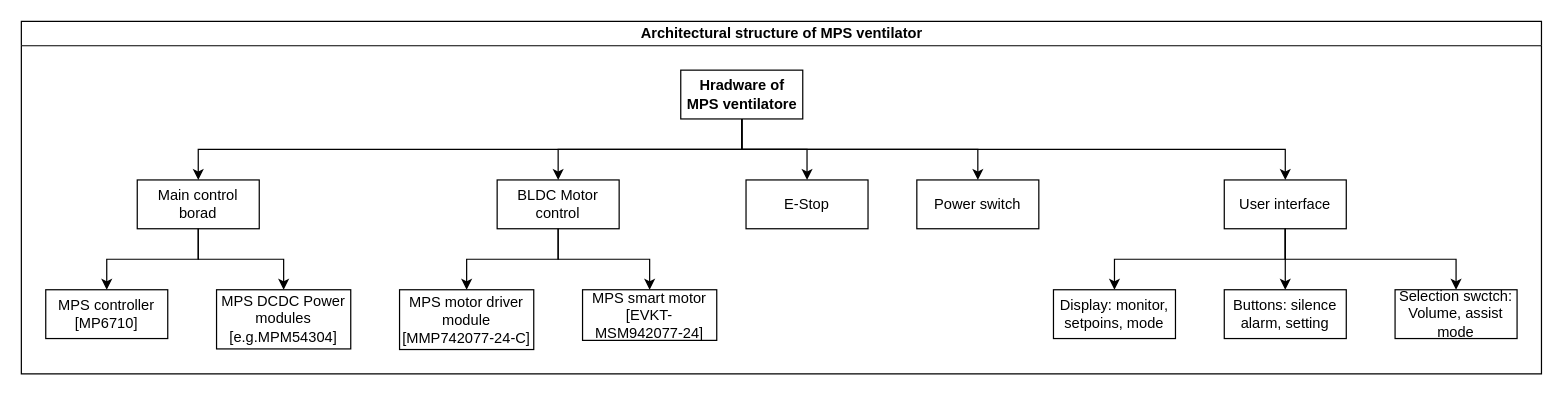
Above: Architecture of mechanical structural model.drawio in amerezoji1362/drawio-github (draw.io), before the change. Source tidied: cells renumbered, new cells numbered last; positions are measured from the earlier drawing's top-left corner, leaving out a move shared by most shapes. Both pictures are drawn from the tidied source at 122%, with x=0, y=0 at pixel (21, 21).
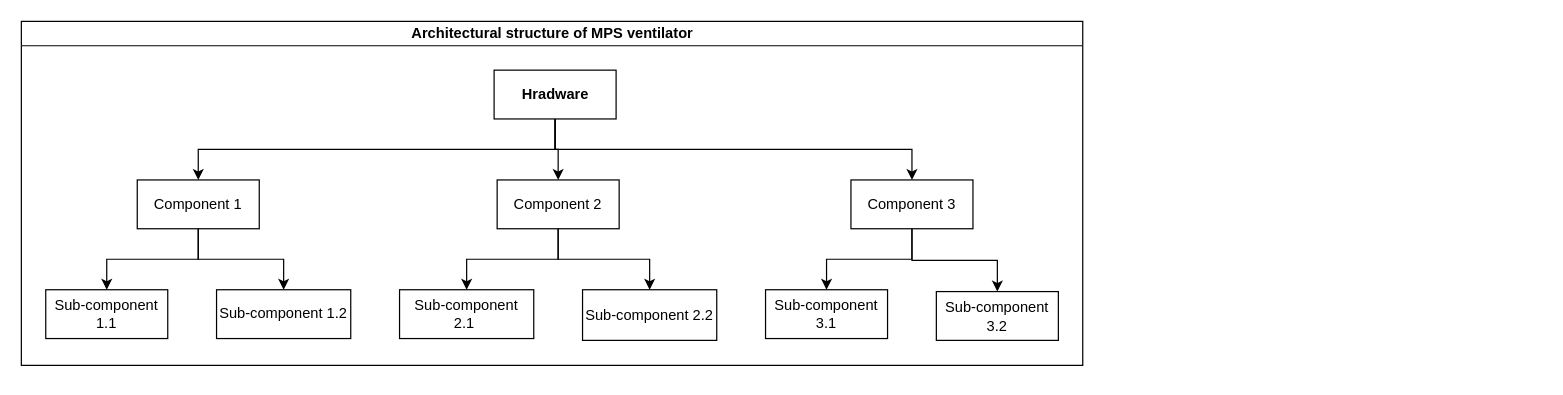
After the change.

The edit, as a diff of the source:
```diff
@@
     <mxCell id="2" value="Architectural structure of MPS ventilator" style="swimlane;html=1;startSize=20;horizontal=1;horizontalTree=0;containerType=tree;" parent="1" vertex="1">
-      <mxGeometry width="1246" height="289" as="geometry" />
+      <mxGeometry width="870" height="282" as="geometry" />
     </mxCell>
-    <mxCell id="3" value="&lt;b&gt;Hradware of MPS ventilatore&lt;/b&gt;" style="whiteSpace=wrap;html=1;" parent="2" vertex="1">
-      <mxGeometry x="540.5" y="40" width="100" height="40" as="geometry" />
+    <mxCell id="3" value="&lt;b&gt;Hradware&lt;/b&gt;" style="whiteSpace=wrap;html=1;" parent="2" vertex="1">
+      <mxGeometry x="387.5" y="40" width="100" height="40" as="geometry" />
     </mxCell>
-    <mxCell id="4" value="Main control borad " style="whiteSpace=wrap;html=1;" parent="2" vertex="1">
+    <mxCell id="4" value="Component 1" style="whiteSpace=wrap;html=1;" parent="2" vertex="1">
       <mxGeometry x="95" y="130" width="100" height="40" as="geometry" />
     </mxCell>
@@
-    <mxCell id="6" value="BLDC Motor control" style="whiteSpace=wrap;html=1;" parent="2" vertex="1">
+    <mxCell id="6" value="Component 2" style="whiteSpace=wrap;html=1;" parent="2" vertex="1">
       <mxGeometry x="390" y="130" width="100" height="40" as="geometry" />
     </mxCell>
@@
-    <mxCell id="9" value="MPS controller [MP6710]" style="whiteSpace=wrap;html=1;" parent="2" vertex="1">
+    <mxCell id="9" value="Sub-component 1.1 " style="whiteSpace=wrap;html=1;" parent="2" vertex="1">
       <mxGeometry x="20" y="220" width="100" height="40" as="geometry" />
     </mxCell>
@@
-    <mxCell id="11" value="MPS DCDC Power modules [e.g.MPM54304]" style="whiteSpace=wrap;html=1;" parent="2" vertex="1">
-      <mxGeometry x="160" y="220" width="110" height="48.5" as="geometry" />
+    <mxCell id="11" value="Sub-component 1.2 " style="whiteSpace=wrap;html=1;" parent="2" vertex="1">
+      <mxGeometry x="160" y="220" width="110" height="40" as="geometry" />
     </mxCell>
@@
-    <mxCell id="13" value="MPS motor driver module [MMP742077-24-C]" style="whiteSpace=wrap;html=1;" parent="2" vertex="1">
-      <mxGeometry x="310" y="220" width="110" height="49" as="geometry" />
+    <mxCell id="13" value="Sub-component 2.1&amp;nbsp; " style="whiteSpace=wrap;html=1;" parent="2" vertex="1">
+      <mxGeometry x="310" y="220" width="110" height="40" as="geometry" />
     </mxCell>
@@
-    <mxCell id="15" value="MPS smart motor [EVKT-MSM942077-24] " style="whiteSpace=wrap;html=1;" parent="2" vertex="1">
+    <mxCell id="15" value="Sub-component 2.2" style="whiteSpace=wrap;html=1;" parent="2" vertex="1">
       <mxGeometry x="460" y="220" width="110" height="41.5" as="geometry" />
     </mxCell>
-    <mxCell id="16" style="edgeStyle=elbowEdgeStyle;elbow=vertical;html=1;rounded=0;" parent="2" edge="1" source="3" target="17">
-      <mxGeometry relative="1" as="geometry" />
-    </mxCell>
-    <mxCell id="17" value="E-Stop" style="whiteSpace=wrap;html=1;" parent="2" vertex="1">
-      <mxGeometry x="594" y="130" width="100" height="40" as="geometry" />
-    </mxCell>
-    <mxCell id="18" style="edgeStyle=elbowEdgeStyle;elbow=vertical;html=1;rounded=0;" parent="2" edge="1" source="3" target="19">
-      <mxGeometry relative="1" as="geometry" />
-    </mxCell>
-    <mxCell id="19" value="Power switch" style="whiteSpace=wrap;html=1;" parent="2" vertex="1">
-      <mxGeometry x="734" y="130" width="100" height="40" as="geometry" />
-    </mxCell>
@@
-    <mxCell id="21" value="User interface" style="whiteSpace=wrap;html=1;" parent="2" vertex="1">
-      <mxGeometry x="986" y="130" width="100" height="40" as="geometry" />
+    <mxCell id="21" value="Component 3" style="whiteSpace=wrap;html=1;" parent="2" vertex="1">
+      <mxGeometry x="680" y="130" width="100" height="40" as="geometry" />
     </mxCell>
-    <mxCell id="22" style="edgeStyle=elbowEdgeStyle;elbow=vertical;html=1;rounded=0;" parent="2" edge="1" source="21" target="23">
-      <mxGeometry relative="1" as="geometry" />
-    </mxCell>
-    <mxCell id="23" value="Display: monitor, setpoins, mode" style="whiteSpace=wrap;html=1;" parent="2" vertex="1">
-      <mxGeometry x="846" y="220" width="100" height="40" as="geometry" />
-    </mxCell>
@@
-    <mxCell id="25" value="Buttons: silence alarm, setting" style="whiteSpace=wrap;html=1;" parent="2" vertex="1">
-      <mxGeometry x="986" y="220" width="100" height="40" as="geometry" />
+    <mxCell id="25" value="Sub-component 3.1" style="whiteSpace=wrap;html=1;" parent="2" vertex="1">
+      <mxGeometry x="610" y="220" width="100" height="40" as="geometry" />
     </mxCell>
@@
-    <mxCell id="27" value="Selection swctch: Volume, assist mode" style="whiteSpace=wrap;html=1;" parent="2" vertex="1">
-      <mxGeometry x="1126" y="220" width="100" height="40" as="geometry" />
+    <mxCell id="27" value="Sub-component 3.2" style="whiteSpace=wrap;html=1;" parent="2" vertex="1">
+      <mxGeometry x="750" y="221.5" width="100" height="40" as="geometry" />
     </mxCell>
```
